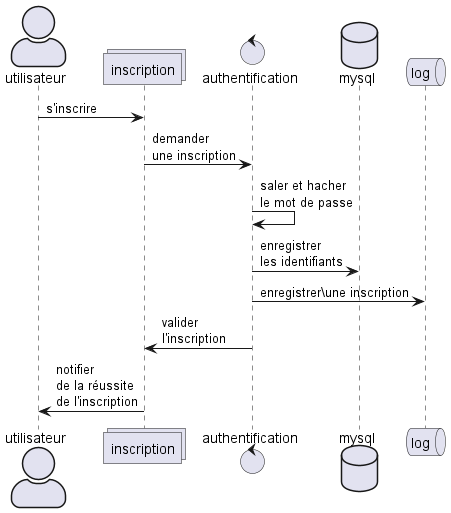
Earlier version of the PlantUML export Documentation/Dossier Projets/images/authentication-sequence.png (wdavid93/Ma_Boutique). The source it was exported from:
```plantuml
@startuml

skinparam actorStyle awesome

actor       utilisateur
collections inscription
control     authentification
database    mysql
queue       log

utilisateur -> inscription : s'inscrire
inscription -> authentification : demander\nune inscription
authentification -> authentification : saler et hacher\nle mot de passe
authentification -> mysql : enregistrer\nles identifiants
authentification -> log : enregistrer\une inscription
authentification -> inscription : valider\nl'inscription
inscription -> utilisateur : notifier\nde la réussite\nde l'inscription

@enduml
```
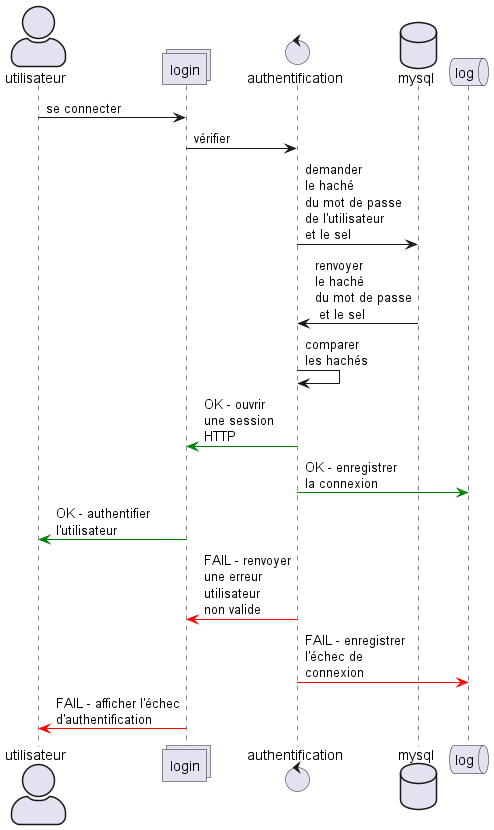
Later version of the same file.

What changed in the source:
```diff
@@ -3,17 +3,21 @@
 skinparam actorStyle awesome
 
 actor       utilisateur
-collections inscription
+collections login
 control     authentification
 database    mysql
 queue       log
 
-utilisateur -> inscription : s'inscrire
-inscription -> authentification : demander\nune inscription
-authentification -> authentification : saler et hacher\nle mot de passe
-authentification -> mysql : enregistrer\nles identifiants
-authentification -> log : enregistrer\une inscription
-authentification -> inscription : valider\nl'inscription
-inscription -> utilisateur : notifier\nde la réussite\nde l'inscription
+utilisateur -> login : se connecter
+login -> authentification : vérifier
+authentification -> mysql : demander\nle haché\ndu mot de passe\nde l'utilisateur\net le sel
+mysql -> authentification : renvoyer\nle haché\ndu mot de passe\n et le sel
+authentification -> authentification : comparer\nles hachés
+authentification -[#green]> login : OK - ouvrir\nune session\nHTTP
+authentification -[#green]> log : OK - enregistrer\nla connexion
+login -[#green]> utilisateur : OK - authentifier\nl'utilisateur
+authentification -[#red]> login : FAIL - renvoyer\nune erreur\nutilisateur\nnon valide
+authentification -[#red]> log : FAIL - enregistrer\nl'échec de\nconnexion
+login -[#red]> utilisateur : FAIL - afficher l'échec\nd'authentification
 
 @enduml
```
